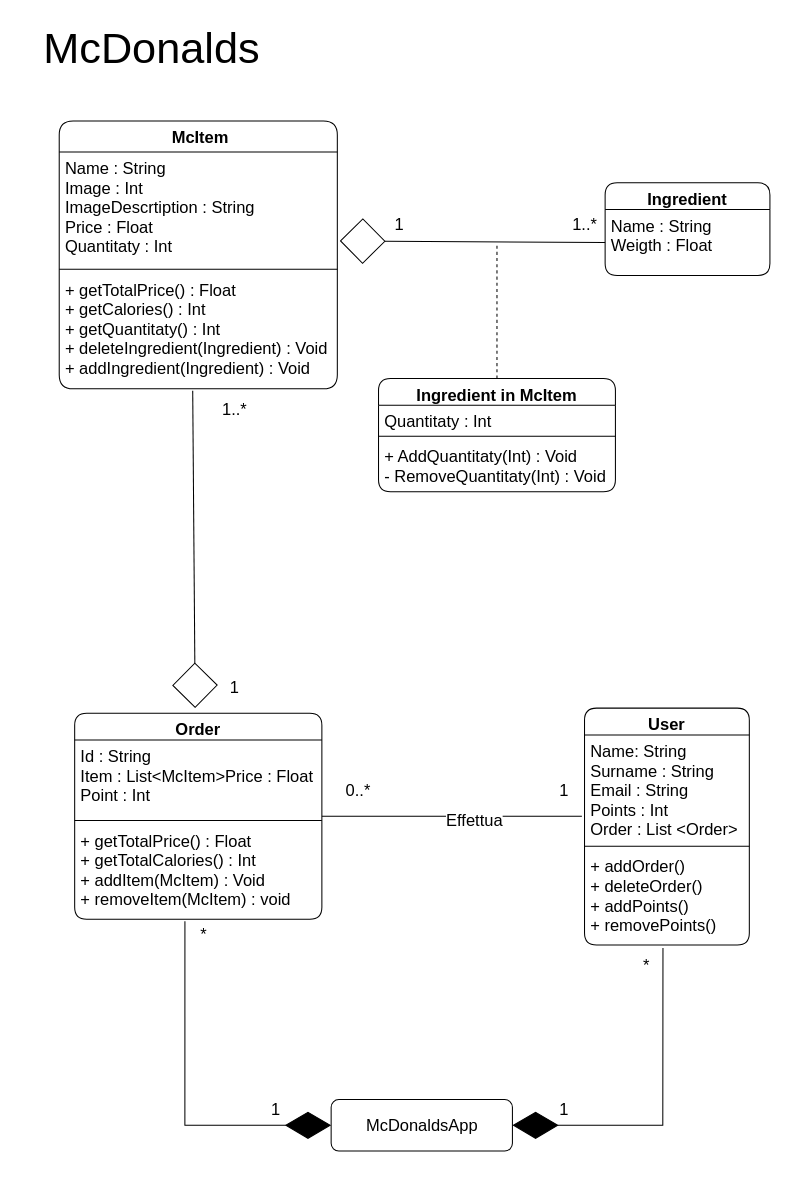
Before: page "Diagramma Delle Classi" (1 of 2) of McDonalds.drawio in AlexTesta00/McDonaldsApp, a draw.io diagram. Source tidied: cells renumbered, new cells numbered last; positions are measured from the earlier drawing's top-left corner, leaving out a move shared by most shapes. Both pictures are drawn from the tidied source at 103%, with x=0, y=0 at pixel (18, 18).
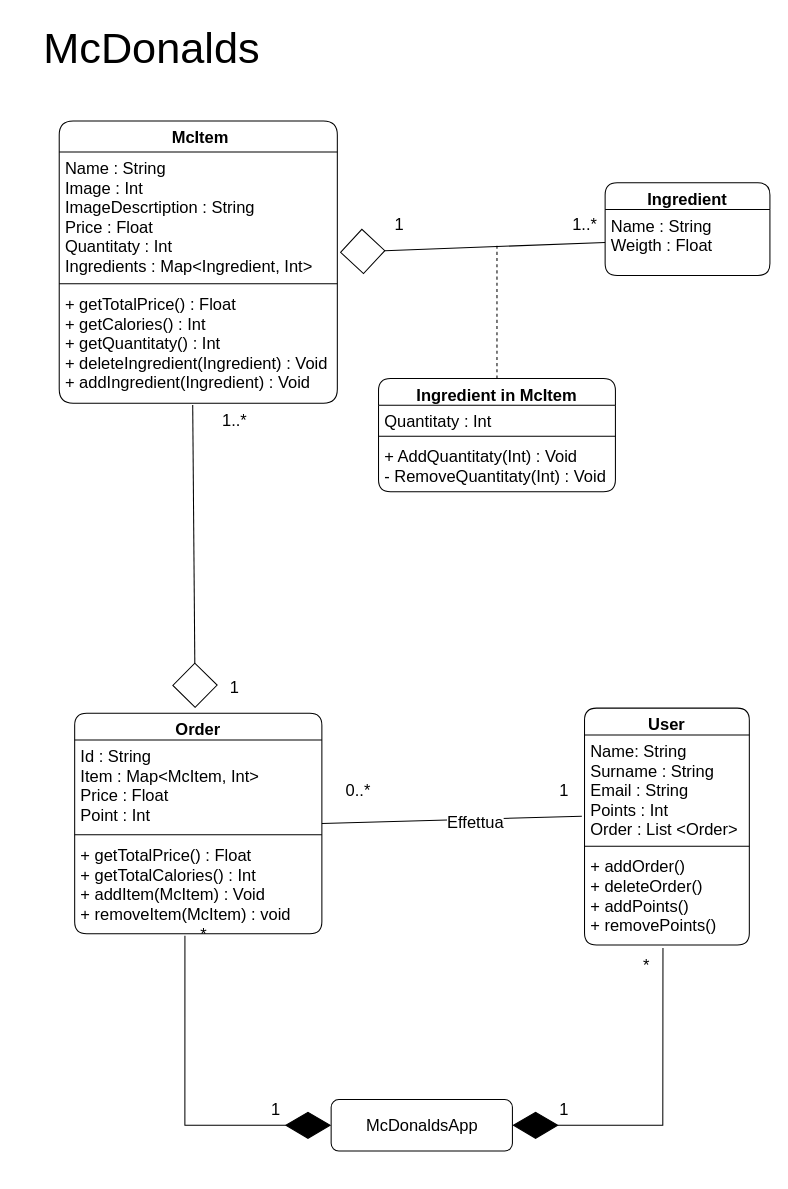
The same page after the edit.

Commit message:
Add use diagram

What changed in the source:
```diff
@@
     <mxCell id="3" value=" McItem" style="swimlane;fontStyle=1;align=center;verticalAlign=top;horizontal=1;startSize=30;rounded=1;labelBackgroundColor=none;labelBorderColor=none;fontSize=16;fillColor=#FFFFFF;" parent="1" vertex="1">
-      <mxGeometry x="40" y="100" width="270" height="260" as="geometry" />
+      <mxGeometry x="40" y="100" width="270" height="274" as="geometry" />
     </mxCell>
-    <mxCell id="4" value="Name : String&#10;Image : Int&#10;ImageDescrtiption : String&#10;Price : Float&#10;Quantitaty : Int&#10;" style="text;strokeColor=none;fillColor=none;align=left;verticalAlign=top;spacingLeft=4;spacingRight=4;overflow=hidden;points=[[0,0.5],[1,0.5]];portConstraint=eastwest;rounded=1;labelBackgroundColor=none;labelBorderColor=none;fontSize=16;" parent="3" vertex="1">
-      <mxGeometry y="30" width="270" height="110" as="geometry" />
+    <mxCell id="4" value="Name : String&#10;Image : Int&#10;ImageDescrtiption : String&#10;Price : Float&#10;Quantitaty : Int&#10;Ingredients : Map&lt;Ingredient, Int&gt;&#10;&#10;" style="text;strokeColor=none;fillColor=none;align=left;verticalAlign=top;spacingLeft=4;spacingRight=4;overflow=hidden;points=[[0,0.5],[1,0.5]];portConstraint=eastwest;rounded=1;labelBackgroundColor=none;labelBorderColor=none;fontSize=16;" parent="3" vertex="1">
+      <mxGeometry y="30" width="270" height="124" as="geometry" />
     </mxCell>
     <mxCell id="5" style="line;strokeWidth=1;fillColor=none;align=left;verticalAlign=middle;spacingTop=-1;spacingLeft=3;spacingRight=3;labelPosition=right;rounded=1;labelBackgroundColor=none;labelBorderColor=none;fontSize=16;" parent="3" vertex="1">
-      <mxGeometry y="140" width="270" height="8" as="geometry" />
+      <mxGeometry y="154" width="270" height="8" as="geometry" />
     </mxCell>
     <mxCell id="6" value="+ getTotalPrice() : Float&#10;+ getCalories() : Int&#10;+ getQuantitaty() : Int&#10;+ deleteIngredient(Ingredient) : Void&#10;+ addIngredient(Ingredient) : Void&#10;&#10;" style="text;strokeColor=none;fillColor=none;align=left;verticalAlign=top;spacingLeft=4;spacingRight=4;overflow=hidden;points=[[0,0.5],[1,0.5]];portConstraint=eastwest;rounded=1;labelBackgroundColor=none;labelBorderColor=none;fontSize=16;" parent="3" vertex="1">
-      <mxGeometry y="148" width="270" height="112" as="geometry" />
+      <mxGeometry y="162" width="270" height="112" as="geometry" />
     </mxCell>
@@
     <mxCell id="23" value="Order" style="swimlane;fontStyle=1;align=center;verticalAlign=top;horizontal=1;startSize=26;rounded=1;labelBackgroundColor=none;labelBorderColor=none;fontSize=16;fillColor=#FFFFFF;" parent="1" vertex="1">
-      <mxGeometry x="55" y="675" width="240" height="200" as="geometry" />
+      <mxGeometry x="55" y="675" width="240" height="214" as="geometry" />
     </mxCell>
-    <mxCell id="24" value="Id : String&#10;Item : List&lt;McItem&gt;Price : Float&#10;Point : Int" style="text;strokeColor=none;fillColor=none;align=left;verticalAlign=top;spacingLeft=4;spacingRight=4;overflow=hidden;rounded=1;labelBackgroundColor=none;labelBorderColor=none;fontSize=16;" parent="23" vertex="1">
-      <mxGeometry y="26" width="240" height="74" as="geometry" />
+    <mxCell id="24" value="Id : String&#10;Item : Map&lt;McItem, Int&gt;&#10;Price : Float&#10;Point : Int" style="text;strokeColor=none;fillColor=none;align=left;verticalAlign=top;spacingLeft=4;spacingRight=4;overflow=hidden;rounded=1;labelBackgroundColor=none;labelBorderColor=none;fontSize=16;" parent="23" vertex="1">
+      <mxGeometry y="26" width="240" height="88" as="geometry" />
     </mxCell>
     <mxCell id="25" style="line;strokeWidth=1;fillColor=none;align=left;verticalAlign=middle;spacingTop=-1;spacingLeft=3;spacingRight=3;labelPosition=right;rounded=1;labelBackgroundColor=none;labelBorderColor=none;fontSize=16;" parent="23" vertex="1">
-      <mxGeometry y="100" width="240" height="8" as="geometry" />
+      <mxGeometry y="114" width="240" height="8" as="geometry" />
     </mxCell>
     <mxCell id="26" value="+ getTotalPrice() : Float&#10;+ getTotalCalories() : Int&#10;+ addItem(McItem) : Void&#10;+ removeItem(McItem) : void&#10;" style="text;strokeColor=none;fillColor=none;align=left;verticalAlign=top;spacingLeft=4;spacingRight=4;overflow=hidden;points=[[0,0.5],[1,0.5]];portConstraint=eastwest;rounded=1;labelBackgroundColor=none;labelBorderColor=none;fontSize=16;" parent="23" vertex="1">
-      <mxGeometry y="108" width="240" height="92" as="geometry" />
+      <mxGeometry y="122" width="240" height="92" as="geometry" />
     </mxCell>
@@
     <mxCell id="29" value="1..*" style="text;html=1;align=center;verticalAlign=middle;strokeColor=none;fillColor=none;fontSize=16;" parent="1" vertex="1">
-      <mxGeometry x="190" y="370" width="40" height="20" as="geometry" />
+      <mxGeometry x="190" y="381" width="40" height="20" as="geometry" />
     </mxCell>
```
